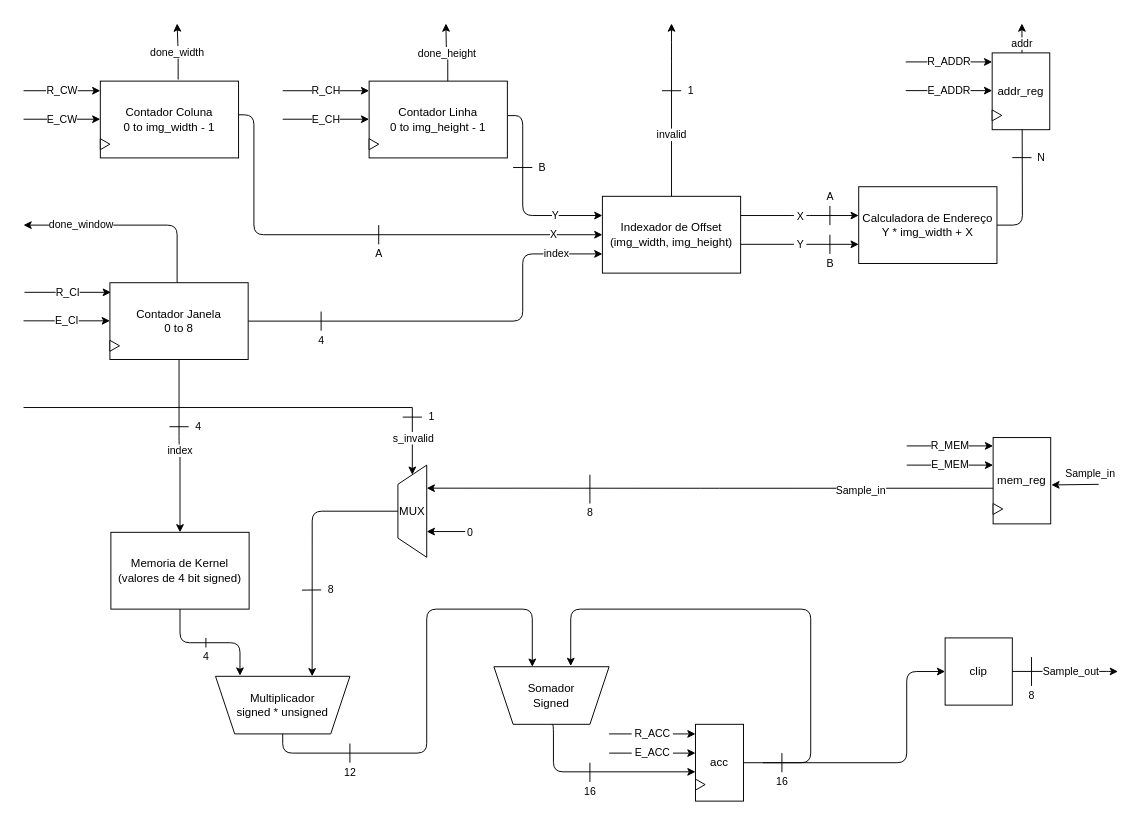
Earlier version of the draw.io diagram diagrams/datapath.drawio (nairel-git/convolution_module). Source tidied: cells renumbered, new cells numbered last; positions are measured from the earlier drawing's top-left corner, leaving out a move shared by most shapes. Both pictures are drawn from the tidied source at 96%, with x=0, y=0 at pixel (23, 23).
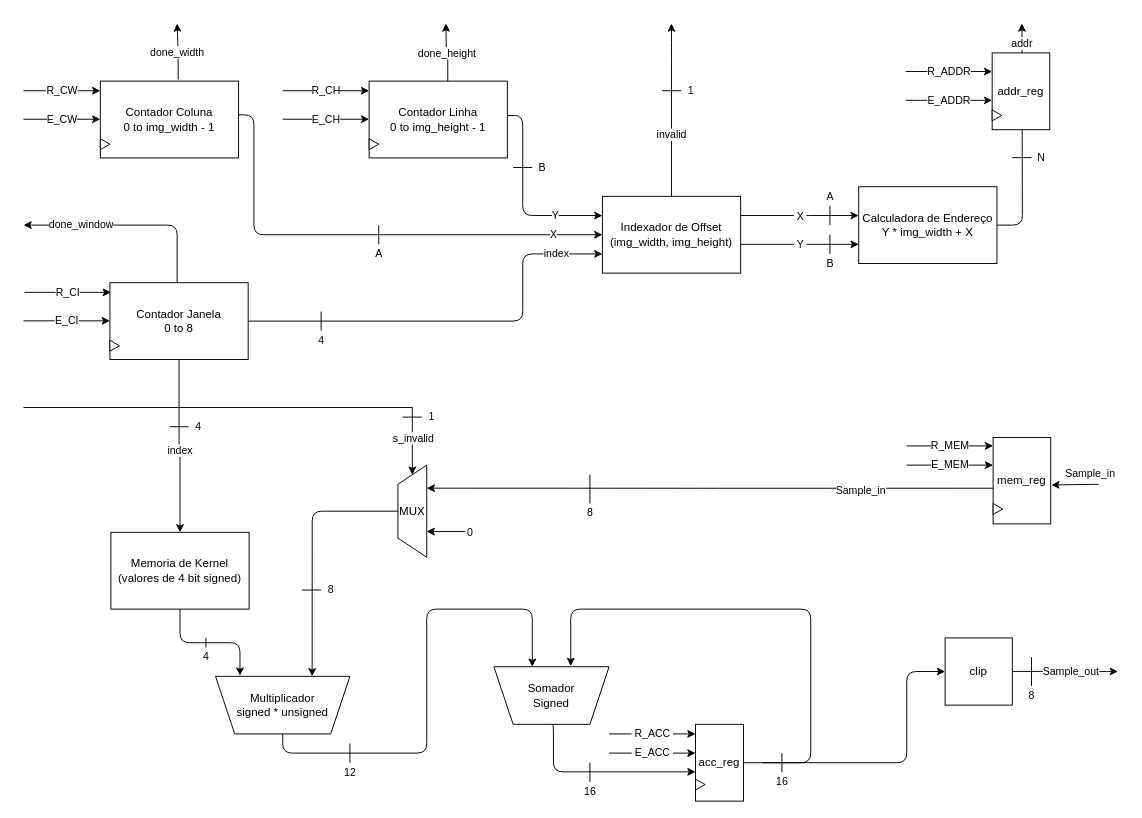
The same diagram, later.

Commit message (it also covers changes not shown here):
arrumar sinais de controle e status bo-bc e datapath

The change refers to these unchanged cells:
```xml
<mxCell id="5" value="Indexador de Offset&lt;br&gt;&lt;div&gt;(img_width, img_height)&lt;/div&gt;" style="rounded=0;whiteSpace=wrap;html=1;" parent="1" vertex="1">
  <mxGeometry x="603" y="180" width="144" height="80" as="geometry" />
</mxCell>
<mxCell id="18" style="group;" parent="1" vertex="1">
  <mxGeometry x="700" y="730" width="50" height="80" as="geometry" />
</mxCell>
```

The edit, as a diff of the source:
```diff
@@
-    <mxCell id="4" value="invalid" style="edgeStyle=orthogonalEdgeStyle;html=1;exitX=0.5;exitY=0;exitDx=0;exitDy=0;" parent="1" edge="1" source="5">
+    <mxCell id="4" value="invalid" style="edgeStyle=orthogonalEdgeStyle;html=1;exitX=0.5;exitY=0;exitDx=0;exitDy=0;fontColor=light-dark(#000000,#FF8000);" parent="1" edge="1" source="5">
       <mxGeometry x="-0.29" relative="1" as="geometry">
         <mxPoint x="675" as="targetPoint" />
         <Array as="points">
           <mxPoint x="675" y="30" />
           <mxPoint x="675" y="30" />
         </Array>
       </mxGeometry>
     </mxCell>
@@
-    <mxCell id="19" value="acc" style="rounded=0;whiteSpace=wrap;html=1;" parent="18" vertex="1">
+    <mxCell id="19" value="acc_reg" style="rounded=0;whiteSpace=wrap;html=1;" parent="18" vertex="1">
       <mxGeometry width="50" height="80" as="geometry" />
     </mxCell>
@@
     <mxCell id="67" value="R_ADDR" style="endArrow=classic;html=1;" parent="1" edge="1">
       <mxGeometry relative="1" as="geometry">
-        <mxPoint x="919" y="40" as="sourcePoint" />
-        <mxPoint x="1009" y="40" as="targetPoint" />
+        <mxPoint x="919" y="50" as="sourcePoint" />
+        <mxPoint x="1009" y="50" as="targetPoint" />
       </mxGeometry>
     </mxCell>
     <mxCell id="68" value="E_ADDR" style="endArrow=classic;html=1;" parent="1" edge="1">
       <mxGeometry relative="1" as="geometry">
-        <mxPoint x="919" y="69.9" as="sourcePoint" />
-        <mxPoint x="1009" y="69.9" as="targetPoint" />
+        <mxPoint x="919" y="80" as="sourcePoint" />
+        <mxPoint x="1009" y="80" as="targetPoint" />
       </mxGeometry>
     </mxCell>
```
